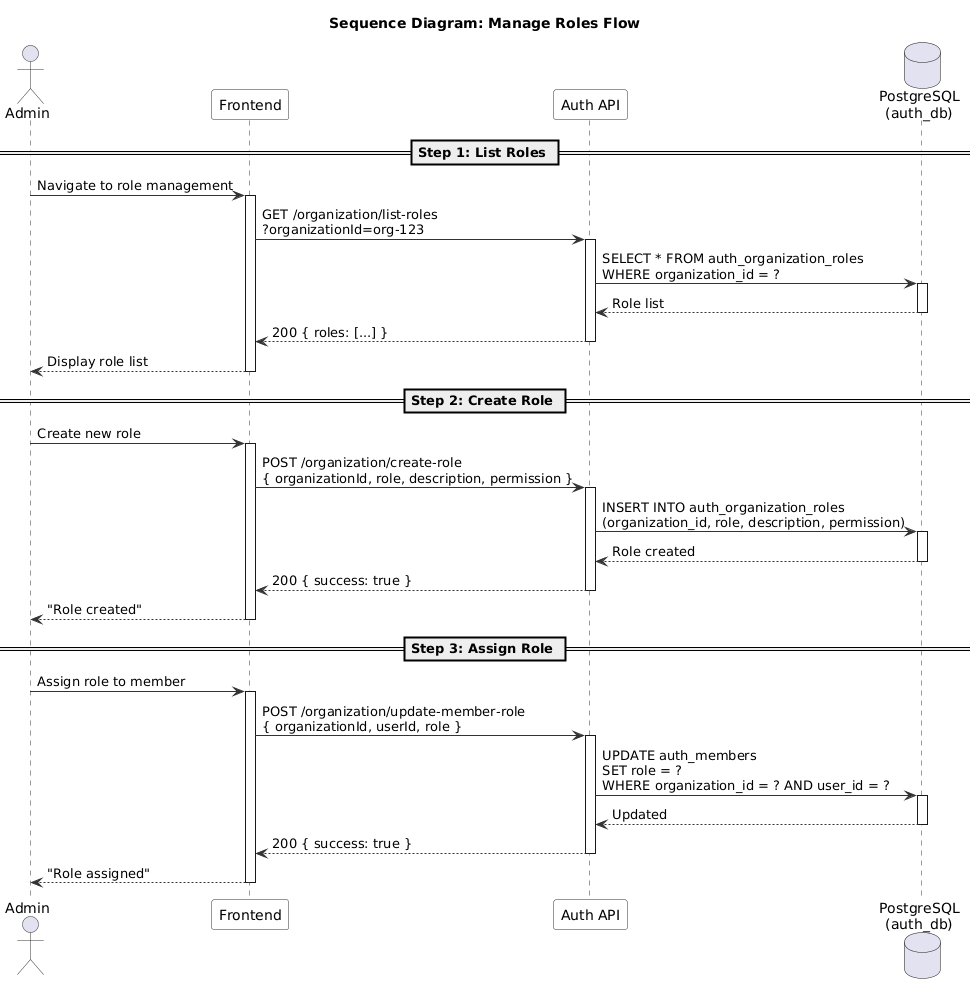
Above: modules/dist/auth/images/sequence/manage-roles-sequence.png in namnh240795/document (PlantUML), before the change. The source it was exported from:
```plantuml
@startuml

skinparam sequence {
  ArrowColor #333333
  ActorBorderColor #333333
  LifeLineBorderColor #333333
  ParticipantBackgroundColor #F8F8F8
  ParticipantBorderColor #333333
}

title Sequence Diagram: Manage Roles Flow

actor Admin
participant "Frontend" as FE
participant "Auth API" as API
database "PostgreSQL\n(auth_db)" as DB

== Step 1: List Roles ==

Admin -> FE : Navigate to role management
activate FE

FE -> API : GET /organization/list-roles\n?organizationId=org-123
activate API

API -> DB : SELECT * FROM auth_organization_roles\nWHERE organization_id = ?
activate DB
DB --> API : Role list
deactivate DB

API --> FE : 200 { roles: [...] }
deactivate API

FE --> Admin : Display role list
deactivate FE

== Step 2: Create Role ==

Admin -> FE : Create new role
activate FE

FE -> API : POST /organization/create-role\n{ organizationId, role, description, permission }
activate API

API -> DB : INSERT INTO auth_organization_roles\n(organization_id, role, description, permission)
activate DB
DB --> API : Role created
deactivate DB

API --> FE : 200 { success: true }
deactivate API

FE --> Admin : "Role created"
deactivate FE

== Step 3: Assign Role ==

Admin -> FE : Assign role to member
activate FE

FE -> API : POST /organization/update-member-role\n{ organizationId, userId, role }
activate API

API -> DB : UPDATE auth_members\nSET role = ?\nWHERE organization_id = ? AND user_id = ?
activate DB
DB --> API : Updated
deactivate DB

API --> FE : 200 { success: true }
deactivate API

FE --> Admin : "Role assigned"
deactivate FE

@enduml
```
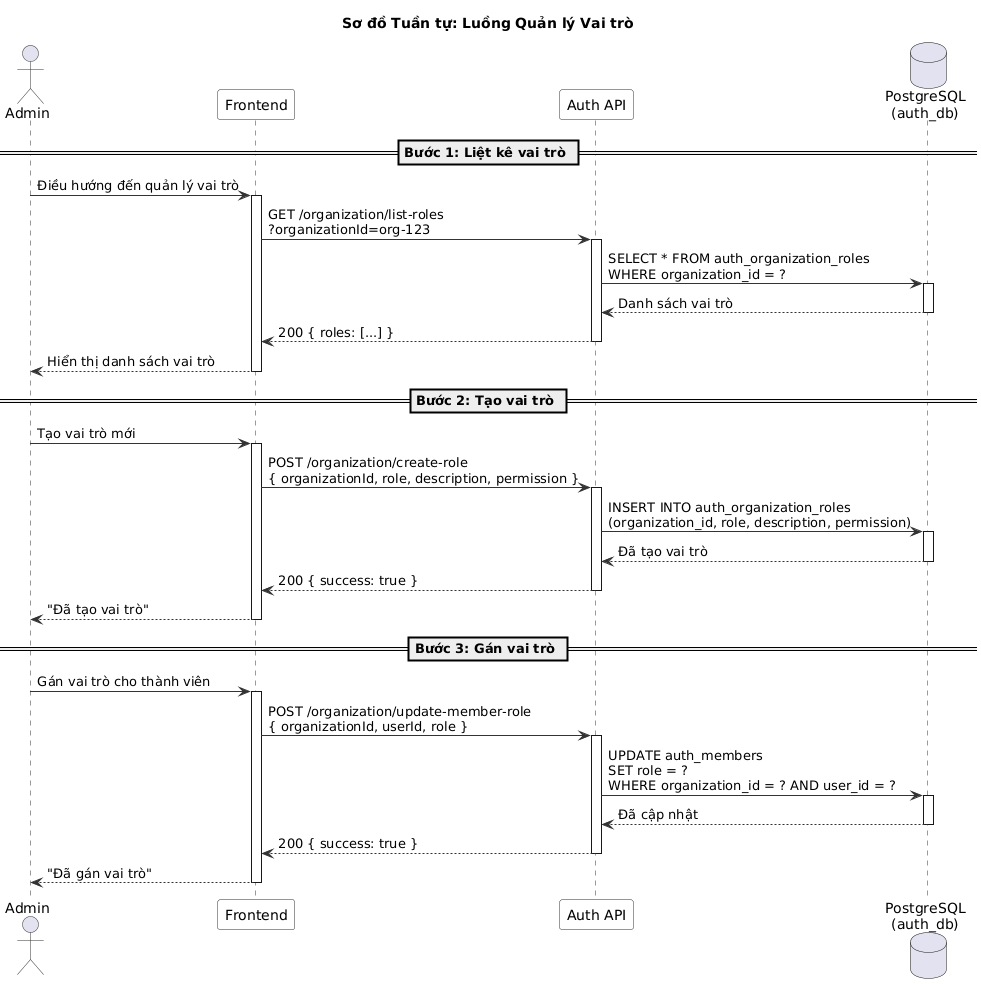
The same file after the commit.

Change to the diagram source:
```diff
@@ -8,16 +8,16 @@
   ParticipantBorderColor #333333
 }
 
-title Sequence Diagram: Manage Roles Flow
+title Sơ đồ Tuần tự: Luồng Quản lý Vai trò
 
 actor Admin
 participant "Frontend" as FE
 participant "Auth API" as API
 database "PostgreSQL\n(auth_db)" as DB
 
-== Step 1: List Roles ==
+== Bước 1: Liệt kê vai trò ==
 
-Admin -> FE : Navigate to role management
+Admin -> FE : Điều hướng đến quản lý vai trò
 activate FE
 
 FE -> API : GET /organization/list-roles\n?organizationId=org-123
@@ -25,18 +25,18 @@
 
 API -> DB : SELECT * FROM auth_organization_roles\nWHERE organization_id = ?
 activate DB
-DB --> API : Role list
+DB --> API : Danh sách vai trò
 deactivate DB
 
 API --> FE : 200 { roles: [...] }
 deactivate API
 
-FE --> Admin : Display role list
+FE --> Admin : Hiển thị danh sách vai trò
 deactivate FE
 
-== Step 2: Create Role ==
+== Bước 2: Tạo vai trò ==
 
-Admin -> FE : Create new role
+Admin -> FE : Tạo vai trò mới
 activate FE
 
 FE -> API : POST /organization/create-role\n{ organizationId, role, description, permission }
@@ -44,18 +44,18 @@
 
 API -> DB : INSERT INTO auth_organization_roles\n(organization_id, role, description, permission)
 activate DB
-DB --> API : Role created
+DB --> API : Đã tạo vai trò
 deactivate DB
 
 API --> FE : 200 { success: true }
 deactivate API
 
-FE --> Admin : "Role created"
+FE --> Admin : "Đã tạo vai trò"
 deactivate FE
 
-== Step 3: Assign Role ==
+== Bước 3: Gán vai trò ==
 
-Admin -> FE : Assign role to member
+Admin -> FE : Gán vai trò cho thành viên
 activate FE
 
 FE -> API : POST /organization/update-member-role\n{ organizationId, userId, role }
@@ -63,13 +63,13 @@
 
 API -> DB : UPDATE auth_members\nSET role = ?\nWHERE organization_id = ? AND user_id = ?
 activate DB
-DB --> API : Updated
+DB --> API : Đã cập nhật
 deactivate DB
 
 API --> FE : 200 { success: true }
 deactivate API
 
-FE --> Admin : "Role assigned"
+FE --> Admin : "Đã gán vai trò"
 deactivate FE
 
 @enduml
```
